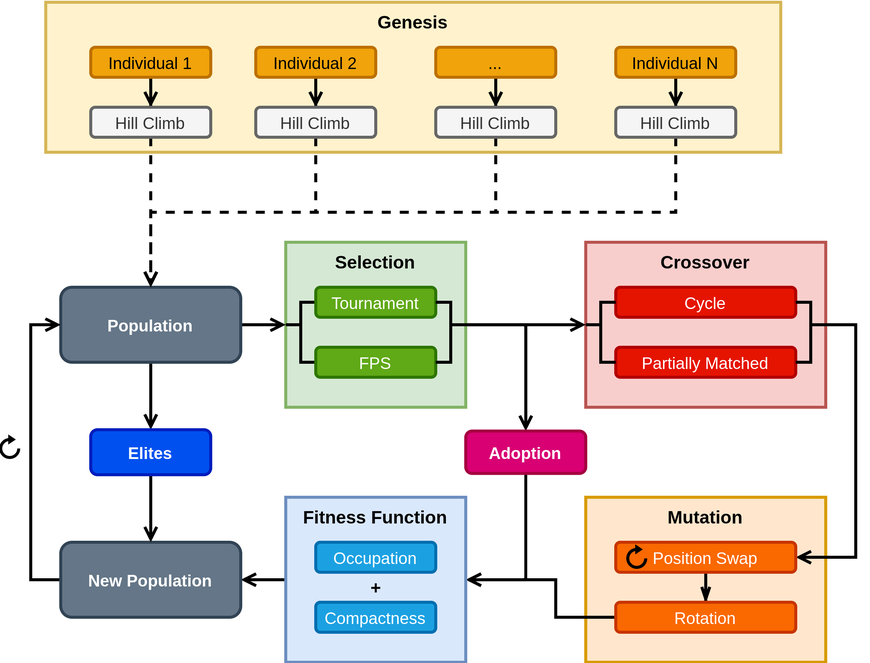
Exileus/CIFO-TetriminoFitter keeps this draw.io diagram as Tetris_architecture.png. Above is the earlier version. Source tidied: cells renumbered, new cells last; positions are measured from the earlier drawing's top-left corner, leaving out a move shared by most shapes.
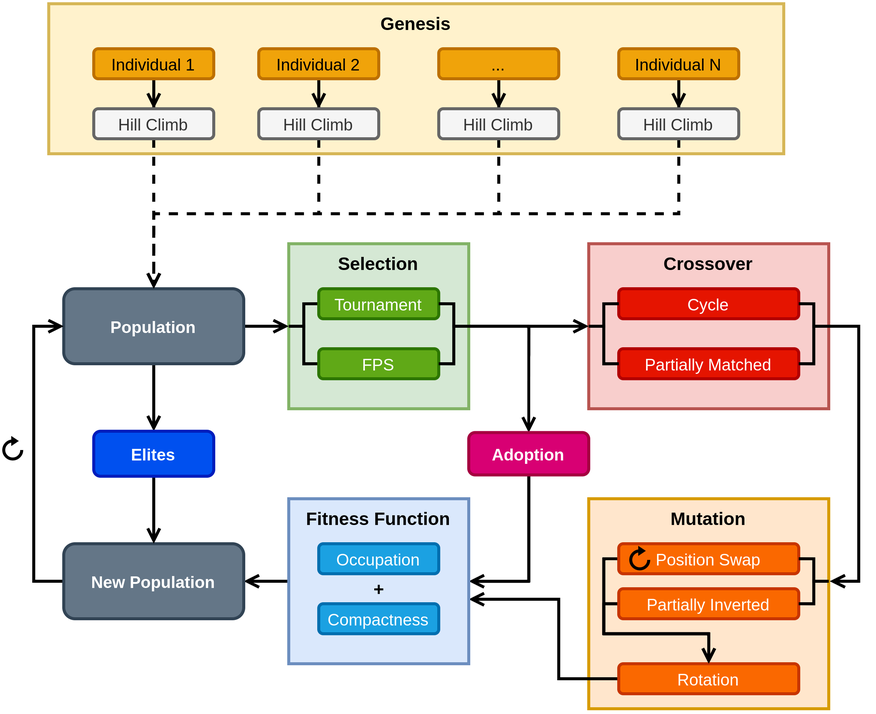
After the change.

What changed in the source:
```diff
@@ -9,13 +9,13 @@
       <mxGeometry x="390" y="160" width="160" height="110" as="geometry" />
     </mxCell>
     <mxCell id="4" value="&lt;b&gt;Mutation&lt;/b&gt;&lt;font face=&quot;Arial&quot;&gt;&lt;br&gt;&lt;/font&gt;" style="text;html=1;fillColor=#ffe6cc;align=center;verticalAlign=top;whiteSpace=wrap;rounded=0;strokeWidth=2;labelPosition=center;verticalLabelPosition=middle;strokeColor=#d79b00;" parent="1" vertex="1">
-      <mxGeometry x="390" y="330" width="160" height="110" as="geometry" />
+      <mxGeometry x="390" y="330" width="160" height="140" as="geometry" />
     </mxCell>
-    <mxCell id="5" style="edgeStyle=orthogonalEdgeStyle;rounded=0;jettySize=auto;html=1;startArrow=none;startFill=0;endArrow=open;endFill=0;strokeColor=#000000;strokeWidth=2;exitX=1;exitY=0.5;exitDx=0;exitDy=0;entryX=1;entryY=0.5;entryDx=0;entryDy=0;" parent="1" edge="1" source="3" target="28">
+    <mxCell id="5" style="edgeStyle=orthogonalEdgeStyle;rounded=0;jettySize=auto;html=1;startArrow=none;startFill=0;endArrow=open;endFill=0;strokeColor=#000000;strokeWidth=2;exitX=1;exitY=0.5;exitDx=0;exitDy=0;entryX=1.004;entryY=0.393;entryDx=0;entryDy=0;entryPerimeter=0;" parent="1" edge="1" source="3" target="4">
       <mxGeometry relative="1" as="geometry">
         <Array as="points">
           <mxPoint x="570" y="215" />
-          <mxPoint x="570" y="370" />
+          <mxPoint x="570" y="385" />
         </Array>
       </mxGeometry>
     </mxCell>
@@ -86,7 +86,7 @@
         </Array>
       </mxGeometry>
     </mxCell>
-    <mxCell id="19" style="edgeStyle=orthogonalEdgeStyle;rounded=0;jettySize=auto;html=1;entryX=1;entryY=0.5;entryDx=0;entryDy=0;startArrow=none;startFill=0;endArrow=open;endFill=0;strokeColor=#000000;strokeWidth=2;" parent="1" edge="1" source="20" target="33">
+    <mxCell id="19" style="edgeStyle=orthogonalEdgeStyle;rounded=0;jettySize=auto;html=1;startArrow=none;startFill=0;endArrow=open;endFill=0;strokeColor=#000000;strokeWidth=2;entryX=1;entryY=0.5;entryDx=0;entryDy=0;" parent="1" edge="1" source="20" target="33">
       <mxGeometry relative="1" as="geometry" />
     </mxCell>
     <mxCell id="20" value="&lt;span style=&quot;font-family: &amp;#34;helvetica&amp;#34; ; font-size: 11px&quot;&gt;&lt;b&gt;Adoption&lt;br&gt;&lt;/b&gt;&lt;/span&gt;" style="rounded=1;whiteSpace=wrap;html=1;fontFamily=Arial;strokeWidth=2;fillColor=#d80073;strokeColor=#A50040;fontColor=#ffffff;" parent="1" vertex="1">
@@ -136,22 +136,28 @@
         </Array>
       </mxGeometry>
     </mxCell>
-    <mxCell id="27" style="edgeStyle=orthogonalEdgeStyle;jettySize=auto;html=1;startArrow=none;startFill=0;endArrow=openThin;endFill=0;strokeColor=#000000;strokeWidth=2;rounded=0;" parent="1" edge="1" source="28" target="30">
-      <mxGeometry relative="1" as="geometry" />
+    <mxCell id="27" style="edgeStyle=orthogonalEdgeStyle;jettySize=auto;html=1;startArrow=none;startFill=0;endArrow=open;endFill=0;strokeColor=#000000;strokeWidth=2;rounded=0;exitX=0;exitY=0.5;exitDx=0;exitDy=0;entryX=0.5;entryY=0;entryDx=0;entryDy=0;" parent="1" edge="1" source="28" target="30">
+      <mxGeometry relative="1" as="geometry">
+        <Array as="points">
+          <mxPoint x="400" y="370" />
+          <mxPoint x="400" y="420" />
+          <mxPoint x="470" y="420" />
+        </Array>
+      </mxGeometry>
     </mxCell>
     <mxCell id="28" value="&lt;font face=&quot;helvetica&quot;&gt;&lt;span style=&quot;font-size: 11px&quot;&gt;Position Swap&lt;/span&gt;&lt;/font&gt;" style="rounded=1;whiteSpace=wrap;html=1;fontFamily=Arial;strokeWidth=2;fillColor=#fa6800;strokeColor=#C73500;fontColor=#FFFFFF;" parent="1" vertex="1">
       <mxGeometry x="410" y="360" width="120" height="20" as="geometry" />
     </mxCell>
-    <mxCell id="29" style="edgeStyle=orthogonalEdgeStyle;rounded=0;jettySize=auto;html=1;startArrow=none;startFill=0;endArrow=open;endFill=0;strokeColor=#000000;strokeWidth=2;entryX=1;entryY=0.5;entryDx=0;entryDy=0;" parent="1" edge="1" source="30" target="33">
+    <mxCell id="29" style="edgeStyle=orthogonalEdgeStyle;rounded=0;jettySize=auto;html=1;startArrow=none;startFill=0;endArrow=open;endFill=0;strokeColor=#000000;strokeWidth=2;exitX=0;exitY=0.5;exitDx=0;exitDy=0;entryX=1;entryY=0.609;entryDx=0;entryDy=0;entryPerimeter=0;" parent="1" edge="1" source="30" target="33">
       <mxGeometry relative="1" as="geometry">
         <Array as="points">
-          <mxPoint x="370" y="410" />
-          <mxPoint x="370" y="385" />
+          <mxPoint x="370" y="450" />
+          <mxPoint x="370" y="397" />
         </Array>
       </mxGeometry>
     </mxCell>
     <mxCell id="30" value="&lt;span style=&quot;font-family: &amp;quot;helvetica&amp;quot;&quot;&gt;&lt;font style=&quot;font-size: 11px&quot;&gt;Rotation&lt;/font&gt;&lt;/span&gt;" style="rounded=1;whiteSpace=wrap;html=1;fontFamily=Arial;strokeWidth=2;fillColor=#fa6800;strokeColor=#C73500;fontColor=#FFFFFF;" parent="1" vertex="1">
-      <mxGeometry x="410" y="400" width="120" height="20" as="geometry" />
+      <mxGeometry x="410" y="440" width="120" height="20" as="geometry" />
     </mxCell>
     <mxCell id="31" style="html=1;verticalLabelPosition=bottom;align=center;labelBackgroundColor=#ffffff;verticalAlign=top;strokeWidth=2;shadow=0;dashed=0;shape=mxgraph.ios7.icons.reload;gradientColor=none;fillColor=#000000;rotation=0;" parent="1" vertex="1">
       <mxGeometry x="418" y="363.2" width="12" height="13.5" as="geometry" />
@@ -159,18 +165,6 @@
     <mxCell id="32" style="edgeStyle=orthogonalEdgeStyle;rounded=0;jettySize=auto;html=1;entryX=1;entryY=0.5;entryDx=0;entryDy=0;fontColor=#FFFFFF;startArrow=none;startFill=0;endArrow=open;endFill=0;strokeColor=#000000;strokeWidth=2;" parent="1" edge="1" source="33" target="38">
       <mxGeometry relative="1" as="geometry" />
     </mxCell>
-    <mxCell id="33" value="&lt;b&gt;Fitness Function&lt;/b&gt;&lt;font face=&quot;Arial&quot;&gt;&lt;br&gt;&lt;/font&gt;" style="text;html=1;fillColor=#dae8fc;align=center;verticalAlign=top;whiteSpace=wrap;rounded=0;strokeWidth=2;labelPosition=center;verticalLabelPosition=middle;strokeColor=#6c8ebf;" parent="1" vertex="1">
-      <mxGeometry x="190" y="330" width="120" height="110" as="geometry" />
-    </mxCell>
-    <mxCell id="34" value="&lt;span style=&quot;font-family: &amp;#34;helvetica&amp;#34; ; font-size: 11px&quot;&gt;Occupation&lt;/span&gt;" style="rounded=1;whiteSpace=wrap;html=1;fontFamily=Arial;strokeWidth=2;strokeColor=#006EAF;fillColor=#1ba1e2;fontColor=#ffffff;" parent="1" vertex="1">
-      <mxGeometry x="210" y="360" width="80" height="20" as="geometry" />
-    </mxCell>
-    <mxCell id="35" value="&lt;span style=&quot;font-family: &amp;#34;helvetica&amp;#34; ; font-size: 11px&quot;&gt;Compactness&lt;/span&gt;" style="rounded=1;whiteSpace=wrap;html=1;fontFamily=Arial;strokeWidth=2;strokeColor=#006EAF;fillColor=#1ba1e2;fontColor=#ffffff;" parent="1" vertex="1">
-      <mxGeometry x="210" y="400" width="80" height="20" as="geometry" />
-    </mxCell>
-    <mxCell id="36" value="&lt;b&gt;+&lt;/b&gt;" style="text;html=1;align=center;verticalAlign=middle;strokeColor=none;" parent="1" vertex="1">
-      <mxGeometry x="240" y="380" width="20" height="20" as="geometry" />
-    </mxCell>
     <mxCell id="37" style="edgeStyle=orthogonalEdgeStyle;rounded=0;jettySize=auto;html=1;entryX=0;entryY=0.5;entryDx=0;entryDy=0;fontColor=#FFFFFF;startArrow=none;startFill=0;endArrow=open;endFill=0;strokeColor=#000000;strokeWidth=2;exitX=0;exitY=0.5;exitDx=0;exitDy=0;" parent="1" edge="1" source="38" target="14">
       <mxGeometry relative="1" as="geometry" />
     </mxCell>
@@ -247,5 +241,49 @@
     <mxCell id="56" style="html=1;verticalLabelPosition=bottom;align=center;labelBackgroundColor=#ffffff;verticalAlign=top;strokeWidth=2;shadow=0;dashed=0;shape=mxgraph.ios7.icons.reload;gradientColor=none;fillColor=#000000;rotation=0;" parent="1" vertex="1">
       <mxGeometry y="290" width="12" height="13.5" as="geometry" />
     </mxCell>
+    <mxCell id="57" style="edgeStyle=orthogonalEdgeStyle;rounded=0;jettySize=auto;html=1;startArrow=none;startFill=0;endArrow=none;endFill=0;strokeWidth=2;entryX=1;entryY=0.5;entryDx=0;entryDy=0;fillColor=#d5e8d4;exitX=0.997;exitY=0.393;exitDx=0;exitDy=0;exitPerimeter=0;" parent="1" edge="1" source="4">
+      <mxGeometry relative="1" as="geometry">
+        <mxPoint x="530" y="370" as="targetPoint" />
+        <Array as="points">
+          <mxPoint x="540" y="385" />
+          <mxPoint x="540" y="370" />
+        </Array>
+      </mxGeometry>
+    </mxCell>
+    <mxCell id="58" style="edgeStyle=orthogonalEdgeStyle;rounded=0;jettySize=auto;html=1;entryX=0.5;entryY=0;entryDx=0;entryDy=0;endArrow=open;endFill=0;strokeWidth=2;exitX=0;exitY=0.5;exitDx=0;exitDy=0;" parent="1" edge="1" source="59" target="30">
+      <mxGeometry relative="1" as="geometry">
+        <Array as="points">
+          <mxPoint x="400" y="400" />
+          <mxPoint x="400" y="420" />
+          <mxPoint x="470" y="420" />
+        </Array>
+      </mxGeometry>
+    </mxCell>
+    <mxCell id="59" value="&lt;font face=&quot;helvetica&quot;&gt;&lt;span style=&quot;font-size: 11px&quot;&gt;Partially Inverted&lt;/span&gt;&lt;/font&gt;" style="rounded=1;whiteSpace=wrap;html=1;fontFamily=Arial;strokeWidth=2;fillColor=#fa6800;strokeColor=#C73500;fontColor=#FFFFFF;" parent="1" vertex="1">
+      <mxGeometry x="410" y="390" width="120" height="20" as="geometry" />
+    </mxCell>
+    <mxCell id="60" style="edgeStyle=orthogonalEdgeStyle;rounded=0;jettySize=auto;html=1;startArrow=none;startFill=0;endArrow=none;endFill=0;strokeWidth=2;entryX=1;entryY=0.5;entryDx=0;entryDy=0;fillColor=#d5e8d4;exitX=1;exitY=0.393;exitDx=0;exitDy=0;exitPerimeter=0;" parent="1" edge="1" source="4" target="59">
+      <mxGeometry relative="1" as="geometry">
+        <Array as="points">
+          <mxPoint x="540" y="385" />
+          <mxPoint x="540" y="400" />
+        </Array>
+      </mxGeometry>
+    </mxCell>
+    <mxCell id="61" style="group;" parent="1" vertex="1">
+      <mxGeometry x="190" y="330" width="120" height="110" as="geometry" />
+    </mxCell>
+    <mxCell id="33" value="&lt;b&gt;Fitness Function&lt;/b&gt;&lt;font face=&quot;Arial&quot;&gt;&lt;br&gt;&lt;/font&gt;" style="text;html=1;fillColor=#dae8fc;align=center;verticalAlign=top;whiteSpace=wrap;rounded=0;strokeWidth=2;labelPosition=center;verticalLabelPosition=middle;strokeColor=#6c8ebf;" parent="61" vertex="1">
+      <mxGeometry width="120" height="110" as="geometry" />
+    </mxCell>
+    <mxCell id="34" value="&lt;span style=&quot;font-family: &amp;#34;helvetica&amp;#34; ; font-size: 11px&quot;&gt;Occupation&lt;/span&gt;" style="rounded=1;whiteSpace=wrap;html=1;fontFamily=Arial;strokeWidth=2;strokeColor=#006EAF;fillColor=#1ba1e2;fontColor=#ffffff;" parent="61" vertex="1">
+      <mxGeometry x="20" y="30" width="80" height="20" as="geometry" />
+    </mxCell>
+    <mxCell id="35" value="&lt;span style=&quot;font-family: &amp;#34;helvetica&amp;#34; ; font-size: 11px&quot;&gt;Compactness&lt;/span&gt;" style="rounded=1;whiteSpace=wrap;html=1;fontFamily=Arial;strokeWidth=2;strokeColor=#006EAF;fillColor=#1ba1e2;fontColor=#ffffff;" parent="61" vertex="1">
+      <mxGeometry x="20" y="70" width="80" height="20" as="geometry" />
+    </mxCell>
+    <mxCell id="36" value="&lt;b&gt;+&lt;/b&gt;" style="text;html=1;align=center;verticalAlign=middle;strokeColor=none;" parent="61" vertex="1">
+      <mxGeometry x="50" y="50" width="20" height="20" as="geometry" />
+    </mxCell>
   </root>
 </mxGraphModel>
```
